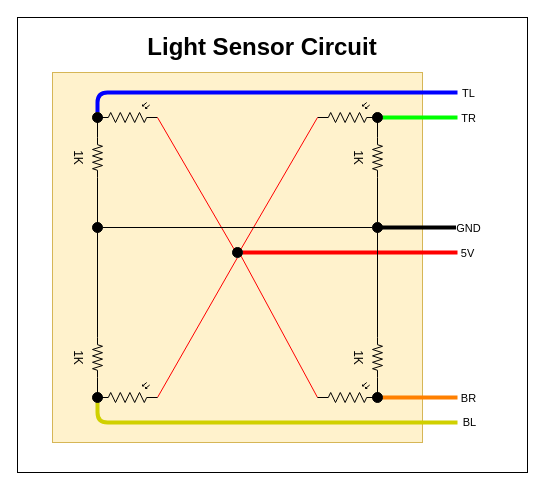
Above: light-sensor-circuit.drawio in nuncio-bitis/LightTracker (draw.io), before the change. Source tidied: cells renumbered, new cells numbered last; positions are measured from the earlier drawing's top-left corner, leaving out a move shared by most shapes. Both pictures are drawn from the tidied source at 100%, with x=0, y=0 at pixel (17, 17).
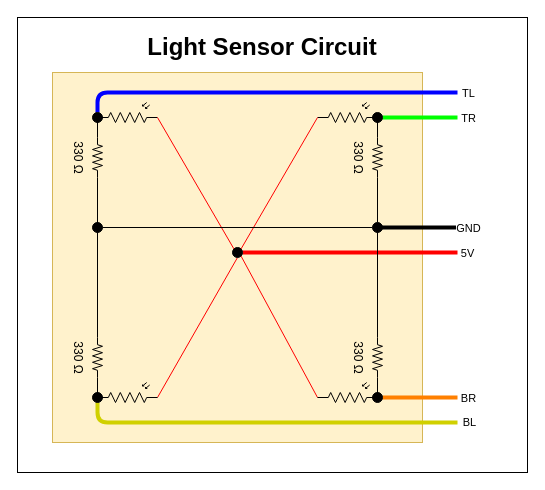
The same diagram, later.

Commit message (it also covers changes not shown here):
Fix resistor values

Change to the diagram source:
```diff
@@
-    <mxCell id="20" value="1K" style="verticalLabelPosition=bottom;shadow=0;dashed=0;align=center;html=1;verticalAlign=top;shape=mxgraph.electrical.resistors.resistor_2;fillColor=none;rotation=90;" parent="1" vertex="1">
+    <mxCell id="20" value="330&amp;nbsp;Ω" style="verticalLabelPosition=bottom;shadow=0;dashed=0;align=center;html=1;verticalAlign=top;shape=mxgraph.electrical.resistors.resistor_2;fillColor=none;rotation=90;" parent="1" vertex="1">
       <mxGeometry x="340" y="135" width="40" height="10" as="geometry" />
     </mxCell>
@@
-    <mxCell id="23" value="1K" style="verticalLabelPosition=bottom;shadow=0;dashed=0;align=center;html=1;verticalAlign=top;shape=mxgraph.electrical.resistors.resistor_2;fillColor=none;rotation=90;" parent="1" vertex="1">
+    <mxCell id="23" value="330 Ω" style="verticalLabelPosition=bottom;shadow=0;dashed=0;align=center;html=1;verticalAlign=top;shape=mxgraph.electrical.resistors.resistor_2;fillColor=none;rotation=90;" parent="1" vertex="1">
       <mxGeometry x="60" y="135" width="40" height="10" as="geometry" />
     </mxCell>
@@
-    <mxCell id="26" value="1K" style="verticalLabelPosition=bottom;shadow=0;dashed=0;align=center;html=1;verticalAlign=top;shape=mxgraph.electrical.resistors.resistor_2;fillColor=none;rotation=90;" parent="1" vertex="1">
+    <mxCell id="26" value="330&amp;nbsp;Ω" style="verticalLabelPosition=bottom;shadow=0;dashed=0;align=center;html=1;verticalAlign=top;shape=mxgraph.electrical.resistors.resistor_2;fillColor=none;rotation=90;" parent="1" vertex="1">
       <mxGeometry x="60" y="335" width="40" height="10" as="geometry" />
     </mxCell>
@@
-    <mxCell id="29" value="1K" style="verticalLabelPosition=bottom;shadow=0;dashed=0;align=center;html=1;verticalAlign=top;shape=mxgraph.electrical.resistors.resistor_2;fillColor=none;rotation=90;" parent="1" vertex="1">
+    <mxCell id="29" value="330&amp;nbsp;Ω" style="verticalLabelPosition=bottom;shadow=0;dashed=0;align=center;html=1;verticalAlign=top;shape=mxgraph.electrical.resistors.resistor_2;fillColor=none;rotation=90;" parent="1" vertex="1">
       <mxGeometry x="340" y="335" width="40" height="10" as="geometry" />
     </mxCell>
```
